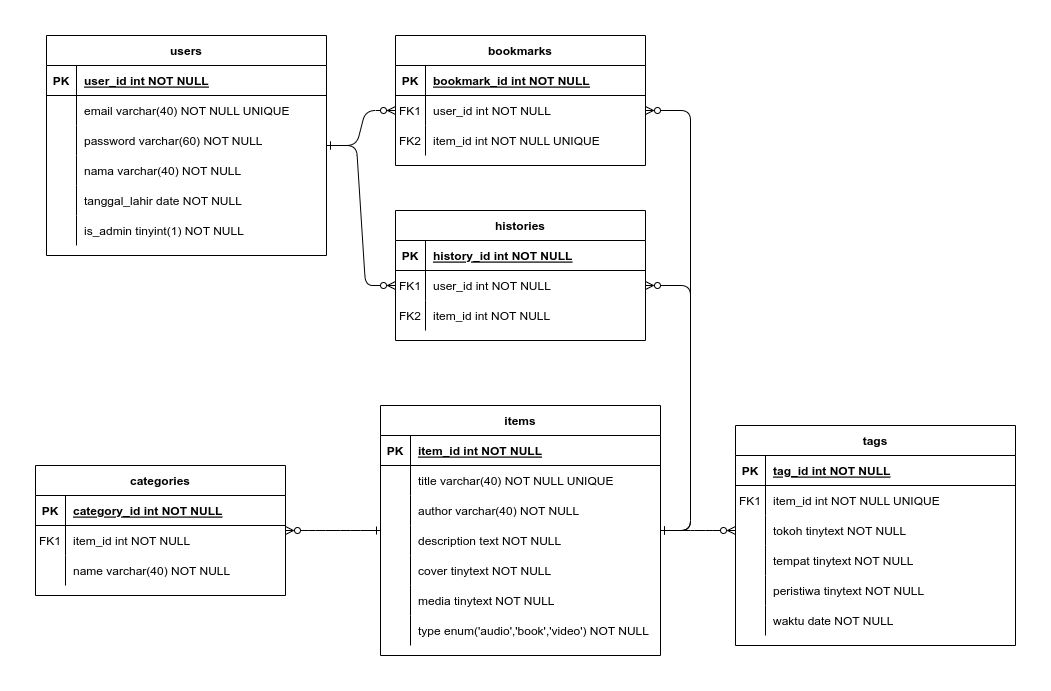
Before: docs/diagram.png, a diagram exported from draw.io (sglkc/digilib-api). Source tidied: cells renumbered, new cells last; positions are measured from the earlier drawing's top-left corner, leaving out a move shared by most shapes.
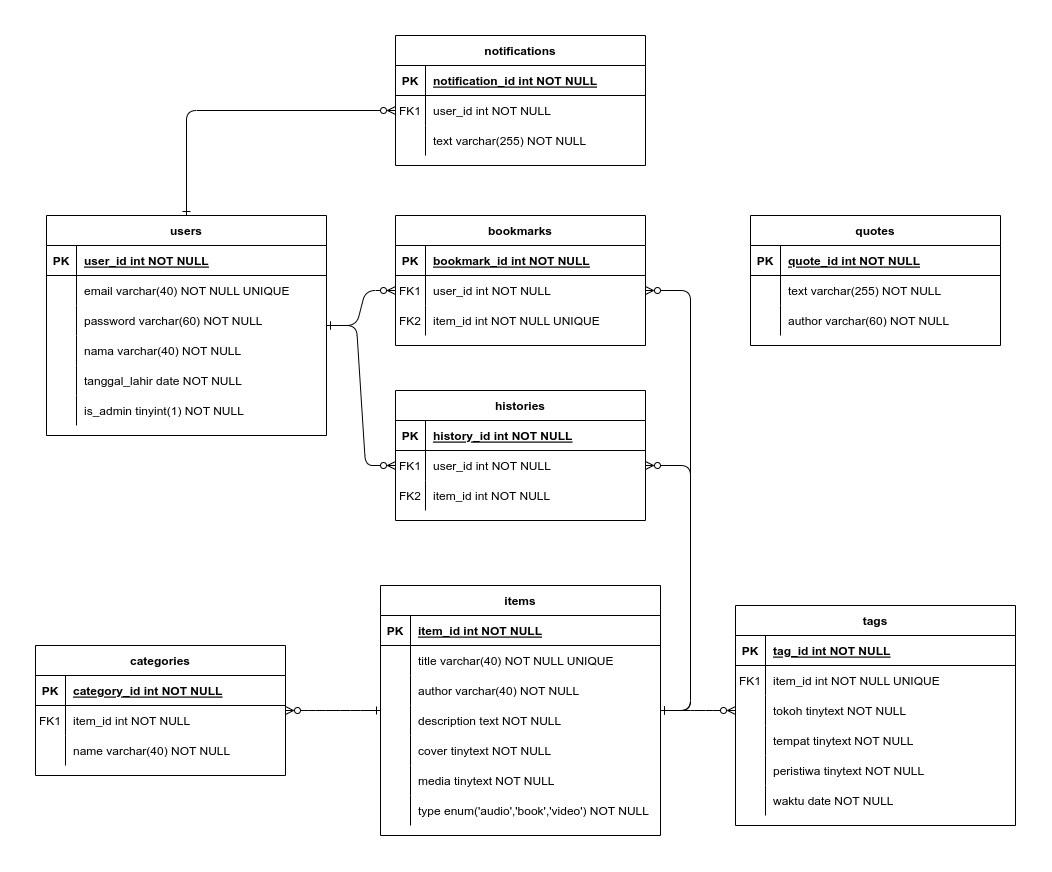
Above is the later version.

What changed in the source:
```diff
@@ -290,5 +290,68 @@
     <mxCell id="97" style="edgeStyle=entityRelationEdgeStyle;rounded=1;jettySize=auto;html=1;startArrow=ERzeroToMany;startFill=0;endArrow=ERone;endFill=0;" parent="1" edge="1" source="90" target="14">
       <mxGeometry relative="1" as="geometry" />
     </mxCell>
+    <mxCell id="98" value="quotes" style="shape=table;startSize=30;rowLines=0;fontStyle=1;align=center;" parent="1" vertex="1">
+      <mxGeometry x="715" width="250" height="130" as="geometry" />
+    </mxCell>
+    <mxCell id="99" style="shape=partialRectangle;fillColor=none;top=0;left=0;right=0;bottom=1;" parent="98" vertex="1">
+      <mxGeometry y="30" width="250" height="30" as="geometry" />
+    </mxCell>
+    <mxCell id="100" value="PK" style="shape=partialRectangle;overflow=hidden;fillColor=none;top=0;left=0;bottom=0;right=0;fontStyle=1;" parent="99" vertex="1">
+      <mxGeometry width="30" height="30" as="geometry" />
+    </mxCell>
+    <mxCell id="101" value="quote_id int NOT NULL " style="shape=partialRectangle;overflow=hidden;fillColor=none;top=0;left=0;bottom=0;right=0;align=left;spacingLeft=6;fontStyle=5;" parent="99" vertex="1">
+      <mxGeometry x="30" width="220" height="30" as="geometry" />
+    </mxCell>
+    <mxCell id="102" style="shape=partialRectangle;fillColor=none;top=0;left=0;right=0;bottom=0;" parent="98" vertex="1">
+      <mxGeometry y="60" width="250" height="30" as="geometry" />
+    </mxCell>
+    <mxCell id="103" style="shape=partialRectangle;overflow=hidden;fillColor=none;top=0;left=0;bottom=0;right=0;" parent="102" vertex="1">
+      <mxGeometry width="30" height="30" as="geometry" />
+    </mxCell>
+    <mxCell id="104" value="text varchar(255) NOT NULL" style="shape=partialRectangle;overflow=hidden;fillColor=none;top=0;left=0;bottom=0;right=0;align=left;spacingLeft=6;" parent="102" vertex="1">
+      <mxGeometry x="30" width="220" height="30" as="geometry" />
+    </mxCell>
+    <mxCell id="105" style="shape=partialRectangle;fillColor=none;top=0;left=0;right=0;bottom=0;" parent="98" vertex="1">
+      <mxGeometry y="90" width="250" height="30" as="geometry" />
+    </mxCell>
+    <mxCell id="106" style="shape=partialRectangle;overflow=hidden;fillColor=none;top=0;left=0;bottom=0;right=0;" parent="105" vertex="1">
+      <mxGeometry width="30" height="30" as="geometry" />
+    </mxCell>
+    <mxCell id="107" value="author varchar(60) NOT NULL" style="shape=partialRectangle;overflow=hidden;fillColor=none;top=0;left=0;bottom=0;right=0;align=left;spacingLeft=6;" parent="105" vertex="1">
+      <mxGeometry x="30" width="220" height="30" as="geometry" />
+    </mxCell>
+    <mxCell id="108" value="notifications" style="shape=table;startSize=30;rowLines=0;fontStyle=1;align=center;" parent="1" vertex="1">
+      <mxGeometry x="360" y="-180" width="250" height="130" as="geometry" />
+    </mxCell>
+    <mxCell id="109" style="shape=partialRectangle;fillColor=none;top=0;left=0;right=0;bottom=1;" parent="108" vertex="1">
+      <mxGeometry y="30" width="250" height="30" as="geometry" />
+    </mxCell>
+    <mxCell id="110" value="PK" style="shape=partialRectangle;overflow=hidden;fillColor=none;top=0;left=0;bottom=0;right=0;fontStyle=1;" parent="109" vertex="1">
+      <mxGeometry width="30" height="30" as="geometry" />
+    </mxCell>
+    <mxCell id="111" value="notification_id int NOT NULL " style="shape=partialRectangle;overflow=hidden;fillColor=none;top=0;left=0;bottom=0;right=0;align=left;spacingLeft=6;fontStyle=5;" parent="109" vertex="1">
+      <mxGeometry x="30" width="220" height="30" as="geometry" />
+    </mxCell>
+    <mxCell id="112" style="shape=partialRectangle;fillColor=none;points=[[0,0.5],[1,0.5]];portConstraint=eastwest;top=0;left=0;right=0;bottom=0;" parent="108" vertex="1">
+      <mxGeometry y="60" width="250" height="30" as="geometry" />
+    </mxCell>
+    <mxCell id="113" value="FK1" style="shape=partialRectangle;overflow=hidden;fillColor=none;top=0;left=0;bottom=0;right=0;" parent="112" vertex="1">
+      <mxGeometry width="30" height="30" as="geometry" />
+    </mxCell>
+    <mxCell id="114" value="user_id int NOT NULL" style="shape=partialRectangle;overflow=hidden;fillColor=none;top=0;left=0;bottom=0;right=0;align=left;spacingLeft=6;" parent="112" vertex="1">
+      <mxGeometry x="30" width="220" height="30" as="geometry" />
+    </mxCell>
+    <mxCell id="115" style="shape=partialRectangle;fillColor=none;top=0;left=0;right=0;bottom=0;" parent="108" vertex="1">
+      <mxGeometry y="90" width="250" height="30" as="geometry" />
+    </mxCell>
+    <mxCell id="116" style="shape=partialRectangle;overflow=hidden;fillColor=none;top=0;left=0;bottom=0;right=0;" parent="115" vertex="1">
+      <mxGeometry width="30" height="30" as="geometry" />
+    </mxCell>
+    <mxCell id="117" value="text varchar(255) NOT NULL" style="shape=partialRectangle;overflow=hidden;fillColor=none;top=0;left=0;bottom=0;right=0;align=left;spacingLeft=6;" parent="115" vertex="1">
+      <mxGeometry x="30" width="220" height="30" as="geometry" />
+    </mxCell>
+    <mxCell id="118" style="edgeStyle=orthogonalEdgeStyle;jettySize=auto;html=1;entryX=0;entryY=0.5;entryDx=0;entryDy=0;rounded=1;startArrow=ERone;startFill=0;endArrow=ERzeroToMany;endFill=0;" parent="1" edge="1" source="36" target="112">
+      <mxGeometry relative="1" as="geometry" />
+    </mxCell>
   </root>
 </mxGraphModel>
```
